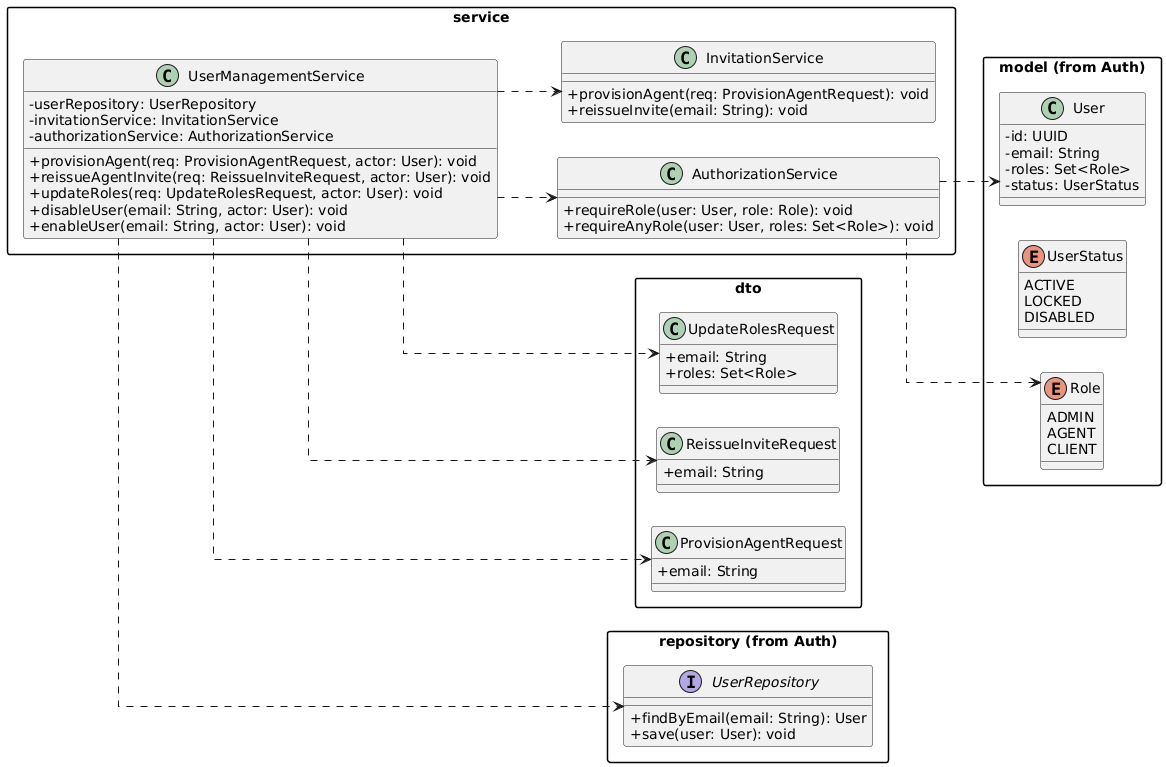
Above: docs/diagrams-visual/identity-access/diagram-b-admin.png in Balde01/SportDataPlatform (PlantUML), before the change.
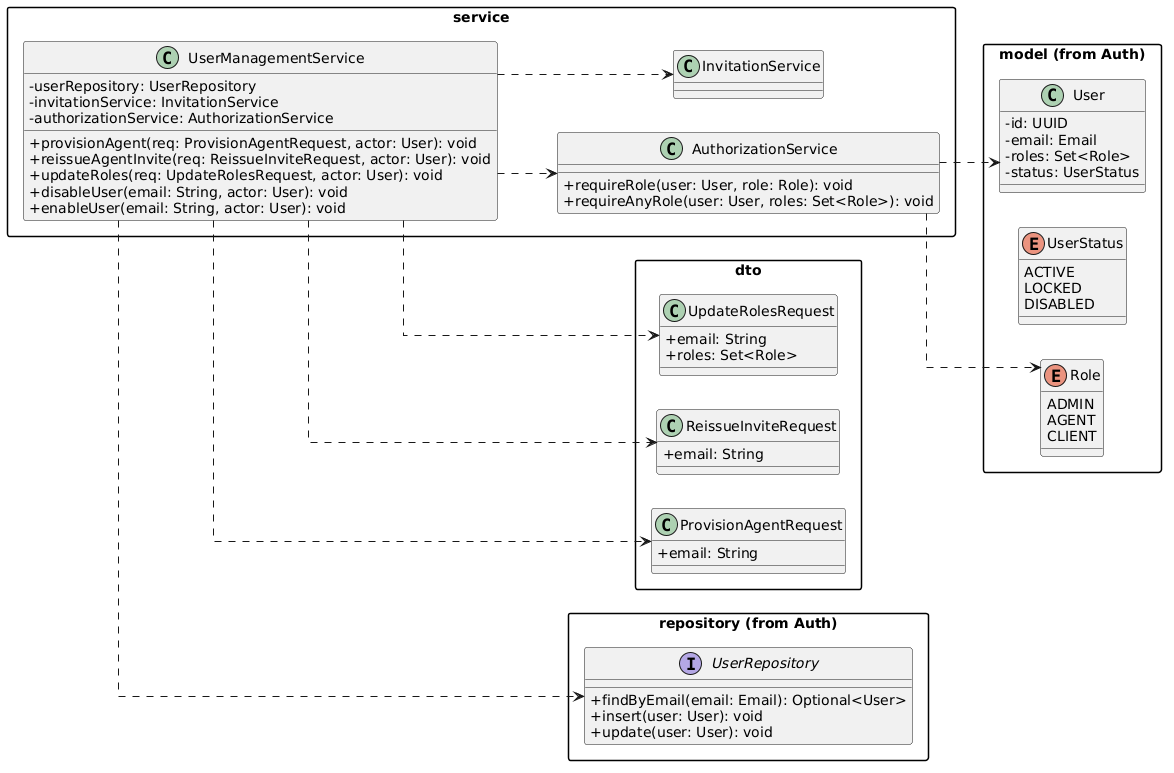
Above is the later version.

Change to the diagram source:
```diff
@@ -21,7 +21,7 @@
 
   class User {
     - id: UUID
-    - email: String
+    - email: Email
     - roles: Set<Role>
     - status: UserStatus
   }
@@ -44,8 +44,9 @@
 
 package "repository (from Auth)" {
   interface UserRepository {
-    + findByEmail(email: String): User
-    + save(user: User): void
+    + findByEmail(email: Email): Optional<User>
+    + insert(user: User): void
+    + update(user: User): void
   }
 }
 
@@ -68,10 +69,7 @@
     + requireAnyRole(user: User, roles: Set<Role>): void
   }
 
-  class InvitationService {
-    + provisionAgent(req: ProvisionAgentRequest): void
-    + reissueInvite(email: String): void
-  }
+  class InvitationService
 }
 
 UserManagementService ..> UserRepository
```
